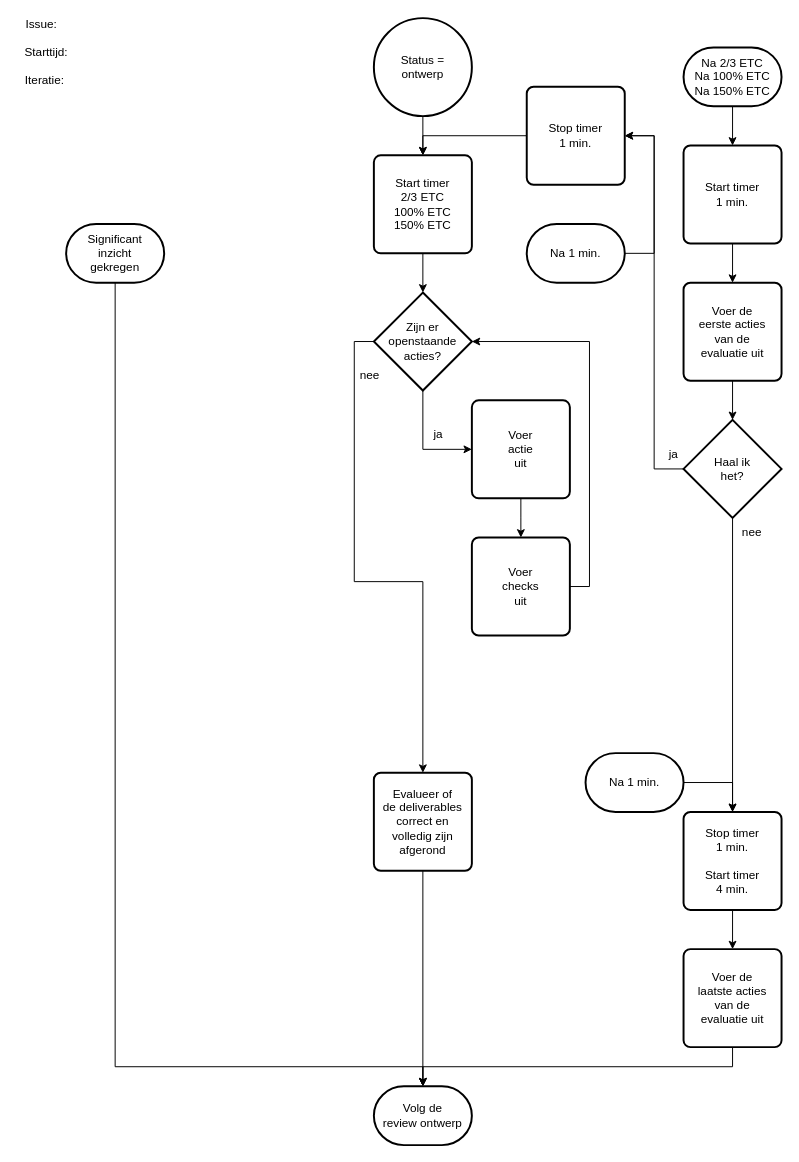
Zaibatsu89/IssueTracker keeps this draw.io diagram as 5 Issue Tracker ontwerp.drawio. Above is the earlier version. Source tidied: cells renumbered, new cells numbered last; positions are measured from the earlier drawing's top-left corner, leaving out a move shared by most shapes. Both pictures are drawn from the tidied source at 98%, with x=0, y=0 at pixel (17, 18).
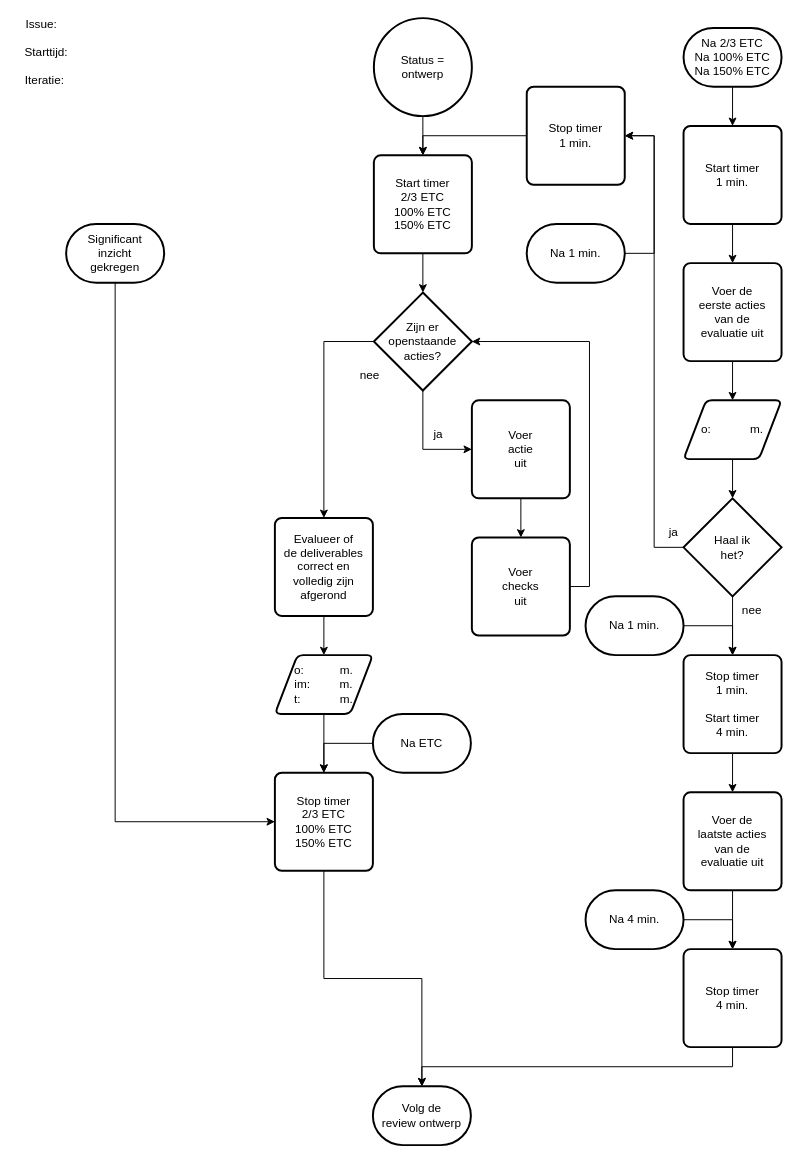
The same diagram, later.

Commit message (it also covers changes not shown here):
herstel stop timer bij 4 minuten evaluatie en 2/3, 100%, 150% ETC in intake, analyse, ontwerp, implementatie en test

The change refers to these unchanged cells:
```xml
<mxCell id="8" value="Significant&lt;br&gt;inzicht&lt;br&gt;gekregen" style="strokeWidth=2;html=1;shape=mxgraph.flowchart.terminator;whiteSpace=wrap;" parent="1" vertex="1">
  <mxGeometry x="50" y="210" width="100" height="60" as="geometry" />
</mxCell>
```

Diff of the diagram source:
```diff
@@
-    <mxCell id="5" style="edgeStyle=orthogonalEdgeStyle;rounded=0;jettySize=auto;html=1;" parent="1" edge="1" source="6" target="7">
-      <mxGeometry relative="1" as="geometry" />
-    </mxCell>
+    <mxCell id="42" style="edgeStyle=orthogonalEdgeStyle;rounded=0;jettySize=auto;html=1;exitX=0.5;exitY=1;exitDx=0;exitDy=0;entryX=0.5;entryY=0;entryDx=0;entryDy=0;" parent="1" edge="1" source="6" target="53">
+      <mxGeometry relative="1" as="geometry" />
+    </mxCell>
     <mxCell id="6" value="Evalueer of&lt;br&gt;de deliverables&lt;br&gt;correct en&lt;br&gt;volledig zijn&lt;br&gt;afgerond" style="rounded=1;whiteSpace=wrap;html=1;absoluteArcSize=1;arcSize=14;strokeWidth=2;" parent="1" vertex="1">
-      <mxGeometry x="364" y="770" width="100" height="100" as="geometry" />
+      <mxGeometry x="263" y="510" width="100" height="100" as="geometry" />
     </mxCell>
-    <mxCell id="7" value="Volg de&lt;br&gt;review ontwerp" style="strokeWidth=2;html=1;shape=mxgraph.flowchart.terminator;whiteSpace=wrap;" parent="1" vertex="1">
-      <mxGeometry x="364" y="1090" width="100" height="60" as="geometry" />
-    </mxCell>
+    <mxCell id="43" style="edgeStyle=orthogonalEdgeStyle;rounded=0;jettySize=auto;html=1;exitX=0.5;exitY=1;exitDx=0;exitDy=0;exitPerimeter=0;entryX=0;entryY=0.5;entryDx=0;entryDy=0;" parent="1" edge="1" source="8" target="49">
+      <mxGeometry relative="1" as="geometry" />
+    </mxCell>
@@
     <mxCell id="10" value="Na 2/3 ETC&lt;br&gt;Na 100% ETC&lt;br&gt;Na 150% ETC" style="strokeWidth=2;html=1;shape=mxgraph.flowchart.terminator;whiteSpace=wrap;" parent="1" vertex="1">
-      <mxGeometry x="680" y="30" width="100" height="60" as="geometry" />
+      <mxGeometry x="680" y="10" width="100" height="60" as="geometry" />
     </mxCell>
@@
     <mxCell id="12" value="Start timer&lt;br&gt;1 min." style="rounded=1;whiteSpace=wrap;html=1;absoluteArcSize=1;arcSize=14;strokeWidth=2;" parent="1" vertex="1">
-      <mxGeometry x="680" y="130" width="100" height="100" as="geometry" />
+      <mxGeometry x="680" y="110" width="100" height="100" as="geometry" />
     </mxCell>
-    <mxCell id="13" style="edgeStyle=orthogonalEdgeStyle;rounded=0;jettySize=auto;html=1;" parent="1" edge="1" source="14" target="17">
-      <mxGeometry relative="1" as="geometry" />
-    </mxCell>
+    <mxCell id="44" style="edgeStyle=orthogonalEdgeStyle;rounded=0;jettySize=auto;html=1;" parent="1" edge="1" source="14" target="46">
+      <mxGeometry relative="1" as="geometry" />
+    </mxCell>
     <mxCell id="14" value="Voer de&lt;br&gt;eerste acties&lt;br&gt;van de&lt;br&gt;evaluatie uit" style="rounded=1;whiteSpace=wrap;html=1;absoluteArcSize=1;arcSize=14;strokeWidth=2;" parent="1" vertex="1">
-      <mxGeometry x="680" y="270" width="100" height="100" as="geometry" />
+      <mxGeometry x="680" y="250" width="100" height="100" as="geometry" />
     </mxCell>
@@
     <mxCell id="17" value="Haal ik&lt;br&gt;het?" style="strokeWidth=2;html=1;shape=mxgraph.flowchart.decision;whiteSpace=wrap;" parent="1" vertex="1">
-      <mxGeometry x="680" y="410" width="100" height="100" as="geometry" />
+      <mxGeometry x="680" y="490" width="100" height="100" as="geometry" />
     </mxCell>
@@
     <mxCell id="22" value="ja" style="text;html=1;whiteSpace=wrap;strokeColor=none;fillColor=none;align=center;verticalAlign=middle;rounded=0;" parent="1" vertex="1">
-      <mxGeometry x="640" y="430" width="60" height="30" as="geometry" />
+      <mxGeometry x="640" y="510" width="60" height="30" as="geometry" />
     </mxCell>
     <mxCell id="23" value="nee" style="text;html=1;whiteSpace=wrap;strokeColor=none;fillColor=none;align=center;verticalAlign=middle;rounded=0;" parent="1" vertex="1">
-      <mxGeometry x="720" y="510" width="60" height="30" as="geometry" />
+      <mxGeometry x="720" y="590" width="60" height="30" as="geometry" />
     </mxCell>
@@
     <mxCell id="25" value="Stop timer&lt;br&gt;1 min.&lt;br&gt;&lt;br&gt;Start timer&lt;br&gt;4 min." style="rounded=1;whiteSpace=wrap;html=1;absoluteArcSize=1;arcSize=14;strokeWidth=2;" parent="1" vertex="1">
-      <mxGeometry x="680" y="810" width="100" height="100" as="geometry" />
+      <mxGeometry x="680" y="650" width="100" height="100" as="geometry" />
     </mxCell>
@@
     <mxCell id="27" value="Na 1 min." style="strokeWidth=2;html=1;shape=mxgraph.flowchart.terminator;whiteSpace=wrap;" parent="1" vertex="1">
-      <mxGeometry x="580" y="750" width="100" height="60" as="geometry" />
+      <mxGeometry x="580" y="590" width="100" height="60" as="geometry" />
     </mxCell>
+    <mxCell id="45" style="edgeStyle=orthogonalEdgeStyle;rounded=0;jettySize=auto;html=1;exitX=0.5;exitY=1;exitDx=0;exitDy=0;entryX=0.5;entryY=0;entryDx=0;entryDy=0;" parent="1" edge="1" source="28" target="56">
+      <mxGeometry relative="1" as="geometry" />
+    </mxCell>
     <mxCell id="28" value="Voer de&lt;br&gt;laatste acties&lt;br&gt;van de&lt;br&gt;evaluatie uit" style="rounded=1;whiteSpace=wrap;html=1;absoluteArcSize=1;arcSize=14;strokeWidth=2;" parent="1" vertex="1">
-      <mxGeometry x="680" y="950" width="100" height="100" as="geometry" />
+      <mxGeometry x="680" y="790" width="100" height="100" as="geometry" />
     </mxCell>
-    <mxCell id="29" style="edgeStyle=orthogonalEdgeStyle;rounded=0;jettySize=auto;html=1;exitX=0.5;exitY=1;exitDx=0;exitDy=0;entryX=0.5;entryY=0;entryDx=0;entryDy=0;entryPerimeter=0;" parent="1" edge="1" source="28" target="7">
-      <mxGeometry relative="1" as="geometry" />
-    </mxCell>
-    <mxCell id="30" style="edgeStyle=orthogonalEdgeStyle;rounded=0;jettySize=auto;html=1;exitX=0.5;exitY=1;exitDx=0;exitDy=0;exitPerimeter=0;entryX=0.5;entryY=0;entryDx=0;entryDy=0;entryPerimeter=0;" parent="1" edge="1" source="8" target="7">
-      <mxGeometry relative="1" as="geometry">
-        <Array as="points">
-          <mxPoint x="100" y="1070" />
-          <mxPoint x="414" y="1070" />
-        </Array>
-      </mxGeometry>
-    </mxCell>
@@
+    <mxCell id="46" value="o:&amp;nbsp; &amp;nbsp; &amp;nbsp; &amp;nbsp; &amp;nbsp; &amp;nbsp; m." style="shape=parallelogram;html=1;strokeWidth=2;perimeter=parallelogramPerimeter;whiteSpace=wrap;rounded=1;arcSize=12;size=0.23;" parent="1" vertex="1">
+      <mxGeometry x="680" y="390" width="100" height="60" as="geometry" />
+    </mxCell>
+    <mxCell id="47" style="edgeStyle=orthogonalEdgeStyle;rounded=0;jettySize=auto;html=1;exitX=0.5;exitY=1;exitDx=0;exitDy=0;entryX=0.5;entryY=0;entryDx=0;entryDy=0;entryPerimeter=0;" parent="1" edge="1" source="46" target="17">
+      <mxGeometry relative="1" as="geometry" />
+    </mxCell>
+    <mxCell id="7" value="Volg de&lt;br&gt;review ontwerp" style="strokeWidth=2;html=1;shape=mxgraph.flowchart.terminator;whiteSpace=wrap;" parent="1" vertex="1">
+      <mxGeometry x="363" y="1090" width="100" height="60" as="geometry" />
+    </mxCell>
+    <mxCell id="48" style="edgeStyle=orthogonalEdgeStyle;rounded=0;jettySize=auto;html=1;" parent="1" edge="1" source="49" target="7">
+      <mxGeometry relative="1" as="geometry" />
+    </mxCell>
+    <mxCell id="49" value="Stop timer&lt;br&gt;&lt;div&gt;2/3 ETC&lt;br&gt;100% ETC&lt;br&gt;150% ETC&lt;/div&gt;" style="rounded=1;whiteSpace=wrap;html=1;absoluteArcSize=1;arcSize=14;strokeWidth=2;" parent="1" vertex="1">
+      <mxGeometry x="263" y="770" width="100" height="100" as="geometry" />
+    </mxCell>
+    <mxCell id="50" style="edgeStyle=orthogonalEdgeStyle;rounded=0;jettySize=auto;html=1;exitX=0;exitY=0.5;exitDx=0;exitDy=0;exitPerimeter=0;entryX=0.5;entryY=0;entryDx=0;entryDy=0;" parent="1" edge="1" source="51" target="49">
+      <mxGeometry relative="1" as="geometry" />
+    </mxCell>
+    <mxCell id="51" value="Na ETC" style="strokeWidth=2;html=1;shape=mxgraph.flowchart.terminator;whiteSpace=wrap;" parent="1" vertex="1">
+      <mxGeometry x="363" y="710" width="100" height="60" as="geometry" />
+    </mxCell>
+    <mxCell id="52" style="edgeStyle=orthogonalEdgeStyle;rounded=0;jettySize=auto;html=1;" parent="1" edge="1" source="53" target="49">
+      <mxGeometry relative="1" as="geometry" />
+    </mxCell>
+    <mxCell id="53" value="o:&amp;nbsp; &amp;nbsp; &amp;nbsp; &amp;nbsp; &amp;nbsp; &amp;nbsp;m.&lt;br&gt;im:&amp;nbsp; &amp;nbsp; &amp;nbsp; &amp;nbsp; &amp;nbsp;m.&lt;br&gt;t:&amp;nbsp; &amp;nbsp; &amp;nbsp; &amp;nbsp; &amp;nbsp; &amp;nbsp; m." style="shape=parallelogram;html=1;strokeWidth=2;perimeter=parallelogramPerimeter;whiteSpace=wrap;rounded=1;arcSize=12;size=0.23;" parent="1" vertex="1">
+      <mxGeometry x="263" y="650" width="100" height="60" as="geometry" />
+    </mxCell>
+    <mxCell id="54" style="edgeStyle=orthogonalEdgeStyle;rounded=0;jettySize=auto;html=1;exitX=1;exitY=0.5;exitDx=0;exitDy=0;exitPerimeter=0;entryX=0.5;entryY=0;entryDx=0;entryDy=0;" parent="1" edge="1" source="55" target="56">
+      <mxGeometry relative="1" as="geometry" />
+    </mxCell>
+    <mxCell id="55" value="Na 4 min." style="strokeWidth=2;html=1;shape=mxgraph.flowchart.terminator;whiteSpace=wrap;" parent="1" vertex="1">
+      <mxGeometry x="580" y="890" width="100" height="60" as="geometry" />
+    </mxCell>
+    <mxCell id="56" value="Stop timer&lt;br&gt;4 min." style="rounded=1;whiteSpace=wrap;html=1;absoluteArcSize=1;arcSize=14;strokeWidth=2;" parent="1" vertex="1">
+      <mxGeometry x="680" y="950" width="100" height="100" as="geometry" />
+    </mxCell>
+    <mxCell id="57" style="edgeStyle=orthogonalEdgeStyle;rounded=0;jettySize=auto;html=1;exitX=0.5;exitY=1;exitDx=0;exitDy=0;entryX=0.5;entryY=0;entryDx=0;entryDy=0;entryPerimeter=0;" parent="1" edge="1" source="56" target="7">
+      <mxGeometry relative="1" as="geometry" />
+    </mxCell>
```
